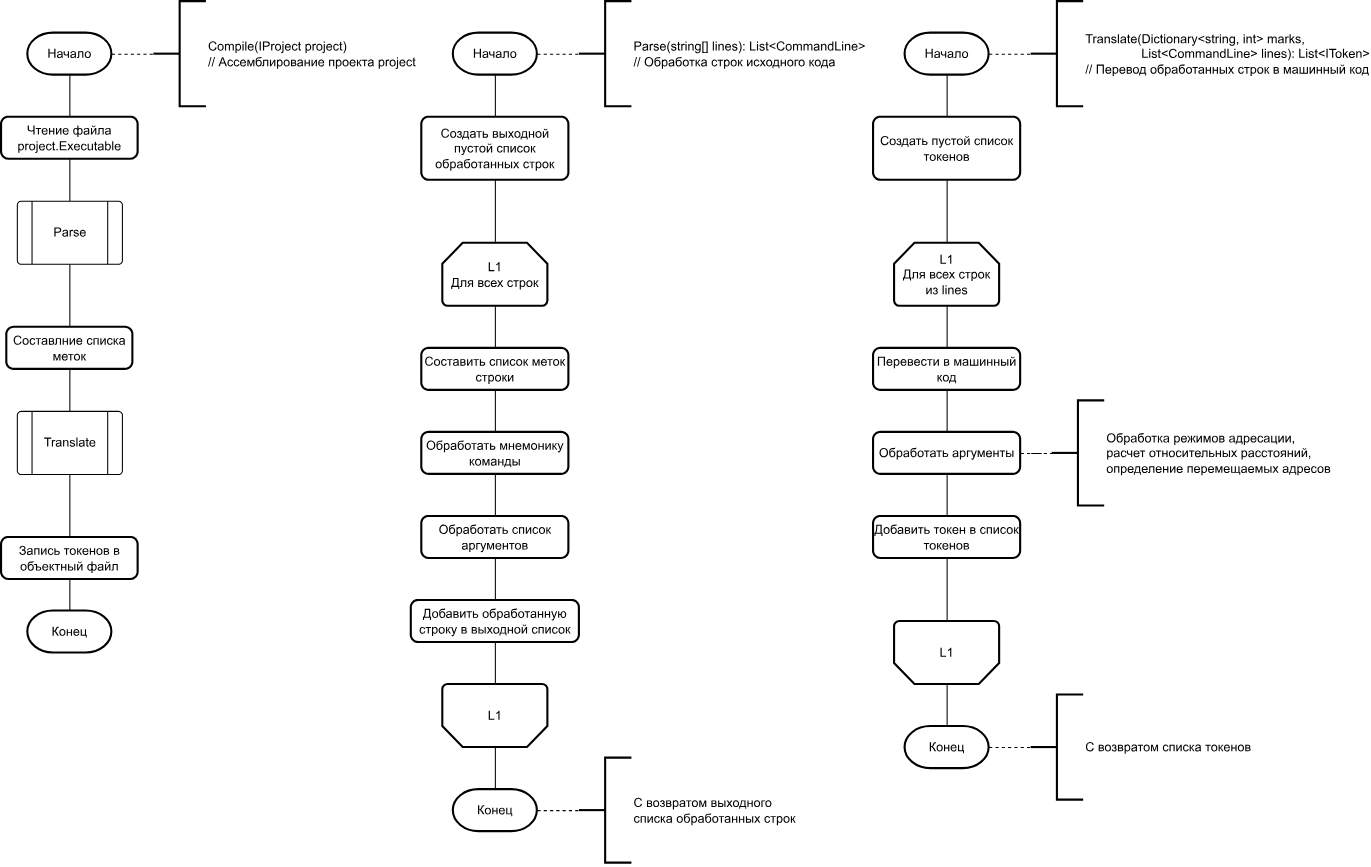
Above: docs/Схемы/algorithms-Ассемблер.svg in mrypdm/asvt_sem7_kursach (draw.io), before the change. Source tidied: cells renumbered, new cells last; positions are measured from the earlier drawing's top-left corner, leaving out a move shared by most shapes.
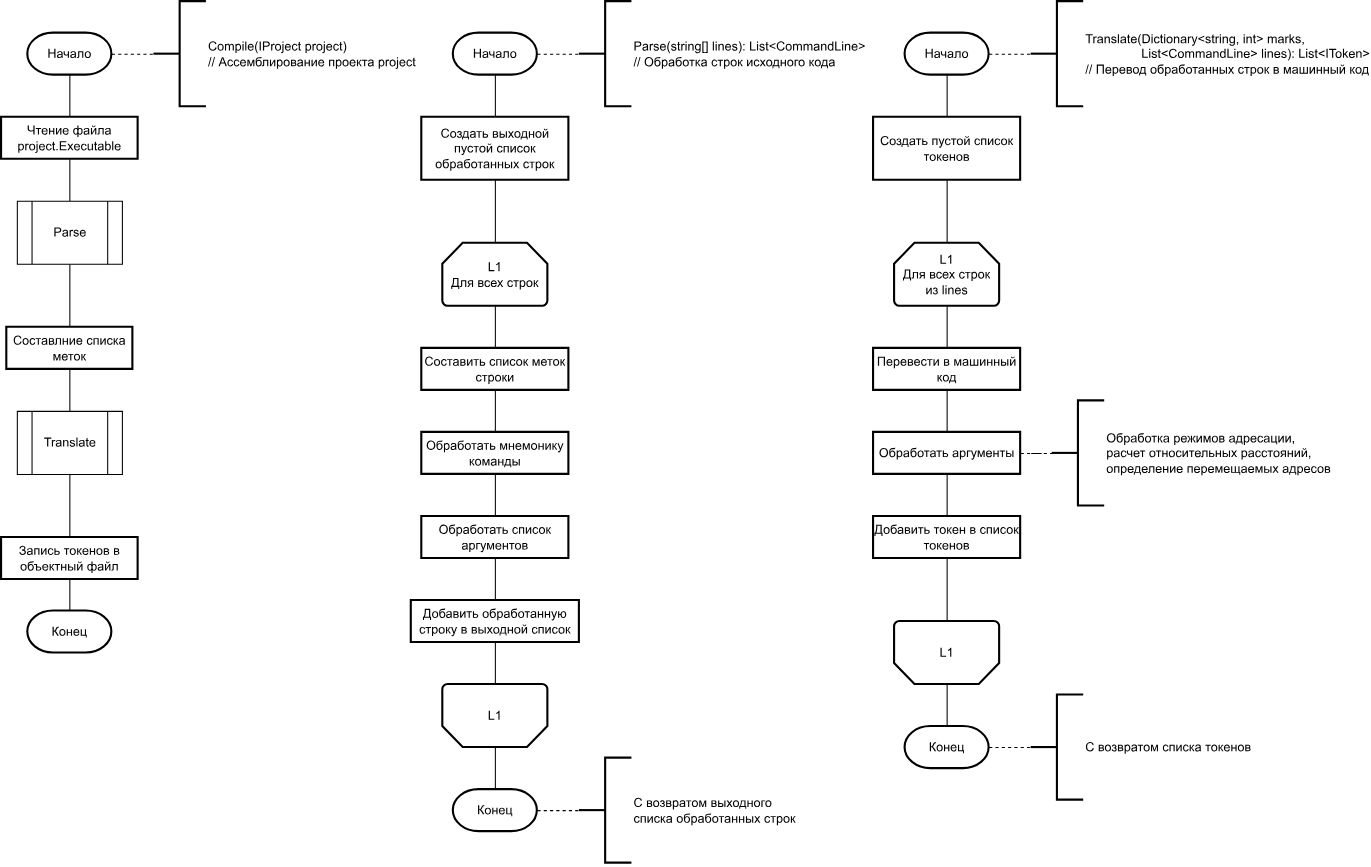
After the commit.

What changed in the source:
```diff
@@ -17,13 +17,13 @@
     <mxCell id="6" style="edgeStyle=orthogonalEdgeStyle;rounded=0;jettySize=auto;html=1;exitX=0.5;exitY=1;exitDx=0;exitDy=0;entryX=0.5;entryY=0;entryDx=0;entryDy=0;endArrow=none;endFill=0;" parent="1" edge="1" source="7" target="9">
       <mxGeometry relative="1" as="geometry" />
     </mxCell>
-    <mxCell id="7" value="Чтение файла project.Executable" style="rounded=1;whiteSpace=wrap;html=1;absoluteArcSize=1;arcSize=14;strokeWidth=2;" parent="1" vertex="1">
+    <mxCell id="7" value="Чтение файла project.Executable" style="rounded=0;whiteSpace=wrap;html=1;absoluteArcSize=1;arcSize=14;strokeWidth=2;" parent="1" vertex="1">
       <mxGeometry y="110" width="130" height="40" as="geometry" />
     </mxCell>
     <mxCell id="8" style="edgeStyle=orthogonalEdgeStyle;rounded=0;jettySize=auto;html=1;endArrow=none;endFill=0;" parent="1" edge="1" source="9" target="12">
       <mxGeometry relative="1" as="geometry" />
     </mxCell>
-    <mxCell id="9" style="verticalLabelPosition=bottom;verticalAlign=top;html=1;shape=process;whiteSpace=wrap;rounded=1;size=0.14;arcSize=6;" parent="1" vertex="1">
+    <mxCell id="9" style="verticalLabelPosition=bottom;verticalAlign=top;html=1;shape=process;whiteSpace=wrap;rounded=0;size=0.14;arcSize=6;" parent="1" vertex="1">
       <mxGeometry x="15" y="190" width="100" height="60" as="geometry" />
     </mxCell>
     <mxCell id="10" value="Parse" style="text;html=1;align=center;verticalAlign=middle;strokeColor=none;fillColor=none;" parent="1" vertex="1">
@@ -32,19 +32,19 @@
     <mxCell id="11" style="edgeStyle=orthogonalEdgeStyle;rounded=0;jettySize=auto;html=1;exitX=0.5;exitY=1;exitDx=0;exitDy=0;entryX=0.5;entryY=0;entryDx=0;entryDy=0;endArrow=none;endFill=0;" parent="1" edge="1" source="12" target="14">
       <mxGeometry relative="1" as="geometry" />
     </mxCell>
-    <mxCell id="12" value="Составлние списка меток" style="rounded=1;whiteSpace=wrap;html=1;absoluteArcSize=1;arcSize=14;strokeWidth=2;" parent="1" vertex="1">
+    <mxCell id="12" value="Составлние списка меток" style="rounded=0;whiteSpace=wrap;html=1;absoluteArcSize=1;arcSize=14;strokeWidth=2;" parent="1" vertex="1">
       <mxGeometry x="5" y="310" width="120" height="40" as="geometry" />
     </mxCell>
     <mxCell id="13" style="edgeStyle=orthogonalEdgeStyle;rounded=0;jettySize=auto;html=1;endArrow=none;endFill=0;" parent="1" edge="1" source="14" target="16">
       <mxGeometry relative="1" as="geometry" />
     </mxCell>
-    <mxCell id="14" style="verticalLabelPosition=bottom;verticalAlign=top;html=1;shape=process;whiteSpace=wrap;rounded=1;size=0.14;arcSize=6;" parent="1" vertex="1">
+    <mxCell id="14" style="verticalLabelPosition=bottom;verticalAlign=top;html=1;shape=process;whiteSpace=wrap;rounded=0;size=0.14;arcSize=6;" parent="1" vertex="1">
       <mxGeometry x="15" y="390" width="100" height="60" as="geometry" />
     </mxCell>
     <mxCell id="15" value="Translate" style="text;html=1;align=center;verticalAlign=middle;strokeColor=none;fillColor=none;" parent="1" vertex="1">
       <mxGeometry x="30" y="405" width="70" height="30" as="geometry" />
     </mxCell>
-    <mxCell id="16" value="Запись токенов в объектный файл" style="rounded=1;whiteSpace=wrap;html=1;absoluteArcSize=1;arcSize=14;strokeWidth=2;" parent="1" vertex="1">
+    <mxCell id="16" value="Запись токенов в объектный файл" style="rounded=0;whiteSpace=wrap;html=1;absoluteArcSize=1;arcSize=14;strokeWidth=2;" parent="1" vertex="1">
       <mxGeometry y="510" width="130" height="40" as="geometry" />
     </mxCell>
     <mxCell id="17" value="Конец" style="strokeWidth=2;html=1;shape=mxgraph.flowchart.terminator;whiteSpace=wrap;" parent="1" vertex="1">
@@ -74,19 +74,19 @@
     <mxCell id="25" style="edgeStyle=orthogonalEdgeStyle;rounded=0;jettySize=auto;html=1;endArrow=none;endFill=0;" parent="1" edge="1" source="26" target="28">
       <mxGeometry relative="1" as="geometry" />
     </mxCell>
-    <mxCell id="26" value="Составить список меток строки" style="rounded=1;whiteSpace=wrap;html=1;absoluteArcSize=1;arcSize=14;strokeWidth=2;" parent="1" vertex="1">
+    <mxCell id="26" value="Составить список меток строки" style="rounded=0;whiteSpace=wrap;html=1;absoluteArcSize=1;arcSize=14;strokeWidth=2;" parent="1" vertex="1">
       <mxGeometry x="400" y="330" width="140" height="40" as="geometry" />
     </mxCell>
     <mxCell id="27" style="edgeStyle=orthogonalEdgeStyle;rounded=0;jettySize=auto;html=1;endArrow=none;endFill=0;" parent="1" edge="1" source="28" target="30">
       <mxGeometry relative="1" as="geometry" />
     </mxCell>
-    <mxCell id="28" value="Обработать мнемонику команды" style="rounded=1;whiteSpace=wrap;html=1;absoluteArcSize=1;arcSize=14;strokeWidth=2;" parent="1" vertex="1">
+    <mxCell id="28" value="Обработать мнемонику команды" style="rounded=0;whiteSpace=wrap;html=1;absoluteArcSize=1;arcSize=14;strokeWidth=2;" parent="1" vertex="1">
       <mxGeometry x="400" y="410" width="140" height="40" as="geometry" />
     </mxCell>
     <mxCell id="29" style="edgeStyle=orthogonalEdgeStyle;rounded=0;jettySize=auto;html=1;endArrow=none;endFill=0;" parent="1" edge="1" source="30" target="34">
       <mxGeometry relative="1" as="geometry" />
     </mxCell>
-    <mxCell id="30" value="Обработать список аргументов" style="rounded=1;whiteSpace=wrap;html=1;absoluteArcSize=1;arcSize=14;strokeWidth=2;" parent="1" vertex="1">
+    <mxCell id="30" value="Обработать список аргументов" style="rounded=0;whiteSpace=wrap;html=1;absoluteArcSize=1;arcSize=14;strokeWidth=2;" parent="1" vertex="1">
       <mxGeometry x="400" y="490" width="140" height="40" as="geometry" />
     </mxCell>
     <mxCell id="31" style="edgeStyle=orthogonalEdgeStyle;rounded=0;jettySize=auto;html=1;endArrow=none;endFill=0;" parent="1" edge="1" source="32" target="38">
@@ -98,13 +98,13 @@
     <mxCell id="33" style="edgeStyle=orthogonalEdgeStyle;rounded=0;jettySize=auto;html=1;endArrow=none;endFill=0;" parent="1" edge="1" source="34" target="32">
       <mxGeometry relative="1" as="geometry" />
     </mxCell>
-    <mxCell id="34" value="Добавить обработанную строку в выходной список" style="rounded=1;whiteSpace=wrap;html=1;absoluteArcSize=1;arcSize=14;strokeWidth=2;" parent="1" vertex="1">
+    <mxCell id="34" value="Добавить обработанную строку в выходной список" style="rounded=0;whiteSpace=wrap;html=1;absoluteArcSize=1;arcSize=14;strokeWidth=2;" parent="1" vertex="1">
       <mxGeometry x="390" y="570" width="160" height="40" as="geometry" />
     </mxCell>
     <mxCell id="35" style="edgeStyle=orthogonalEdgeStyle;rounded=0;jettySize=auto;html=1;endArrow=none;endFill=0;" parent="1" edge="1" source="36" target="24">
       <mxGeometry relative="1" as="geometry" />
     </mxCell>
-    <mxCell id="36" value="Создать выходной пустой список обработанных строк" style="rounded=1;whiteSpace=wrap;html=1;absoluteArcSize=1;arcSize=14;strokeWidth=2;" parent="1" vertex="1">
+    <mxCell id="36" value="Создать выходной пустой список обработанных строк" style="whiteSpace=wrap;html=1;absoluteArcSize=1;arcSize=14;strokeWidth=2;" parent="1" vertex="1">
       <mxGeometry x="400" y="110" width="140" height="60" as="geometry" />
     </mxCell>
     <mxCell id="37" style="edgeStyle=orthogonalEdgeStyle;rounded=0;jettySize=auto;html=1;dashed=1;endArrow=none;endFill=0;" parent="1" edge="1" source="38" target="39">
@@ -137,7 +137,7 @@
     <mxCell id="46" style="edgeStyle=orthogonalEdgeStyle;rounded=0;jettySize=auto;html=1;endArrow=none;endFill=0;" parent="1" edge="1" source="47" target="50">
       <mxGeometry relative="1" as="geometry" />
     </mxCell>
-    <mxCell id="47" value="Перевести в машинный код" style="rounded=1;whiteSpace=wrap;html=1;absoluteArcSize=1;arcSize=14;strokeWidth=2;" parent="1" vertex="1">
+    <mxCell id="47" value="Перевести в машинный код" style="rounded=0;whiteSpace=wrap;html=1;absoluteArcSize=1;arcSize=14;strokeWidth=2;" parent="1" vertex="1">
       <mxGeometry x="830" y="330" width="140" height="40" as="geometry" />
     </mxCell>
     <mxCell id="48" style="edgeStyle=orthogonalEdgeStyle;rounded=0;jettySize=auto;html=1;endArrow=none;endFill=0;" parent="1" edge="1" source="50" target="52">
@@ -146,13 +146,13 @@
     <mxCell id="49" style="edgeStyle=orthogonalEdgeStyle;rounded=0;jettySize=auto;html=1;dashed=1;endArrow=none;endFill=0;" parent="1" edge="1" source="50" target="60">
       <mxGeometry relative="1" as="geometry" />
     </mxCell>
-    <mxCell id="50" value="Обработать аргументы" style="rounded=1;whiteSpace=wrap;html=1;absoluteArcSize=1;arcSize=14;strokeWidth=2;" parent="1" vertex="1">
+    <mxCell id="50" value="Обработать аргументы" style="rounded=0;whiteSpace=wrap;html=1;absoluteArcSize=1;arcSize=14;strokeWidth=2;" parent="1" vertex="1">
       <mxGeometry x="830" y="410" width="140" height="40" as="geometry" />
     </mxCell>
     <mxCell id="51" style="edgeStyle=orthogonalEdgeStyle;rounded=0;jettySize=auto;html=1;endArrow=none;endFill=0;" parent="1" edge="1" source="52" target="54">
       <mxGeometry relative="1" as="geometry" />
     </mxCell>
-    <mxCell id="52" value="Добавить токен в список токенов" style="rounded=1;whiteSpace=wrap;html=1;absoluteArcSize=1;arcSize=14;strokeWidth=2;" parent="1" vertex="1">
+    <mxCell id="52" value="Добавить токен в список токенов" style="rounded=0;whiteSpace=wrap;html=1;absoluteArcSize=1;arcSize=14;strokeWidth=2;" parent="1" vertex="1">
       <mxGeometry x="830" y="490" width="140" height="40" as="geometry" />
     </mxCell>
     <mxCell id="53" style="edgeStyle=orthogonalEdgeStyle;rounded=0;jettySize=auto;html=1;endArrow=none;endFill=0;" parent="1" edge="1" source="54" target="58">
@@ -164,7 +164,7 @@
     <mxCell id="55" style="edgeStyle=orthogonalEdgeStyle;rounded=0;jettySize=auto;html=1;endArrow=none;endFill=0;" parent="1" edge="1" source="56" target="45">
       <mxGeometry relative="1" as="geometry" />
     </mxCell>
-    <mxCell id="56" value="Создать пустой список токенов" style="rounded=1;whiteSpace=wrap;html=1;absoluteArcSize=1;arcSize=14;strokeWidth=2;" parent="1" vertex="1">
+    <mxCell id="56" value="Создать пустой список токенов" style="rounded=0;whiteSpace=wrap;html=1;absoluteArcSize=1;arcSize=14;strokeWidth=2;" parent="1" vertex="1">
       <mxGeometry x="830" y="110" width="140" height="60" as="geometry" />
     </mxCell>
     <mxCell id="57" style="edgeStyle=orthogonalEdgeStyle;rounded=0;jettySize=auto;html=1;dashed=1;endArrow=none;endFill=0;" parent="1" edge="1" source="58" target="59">
```
